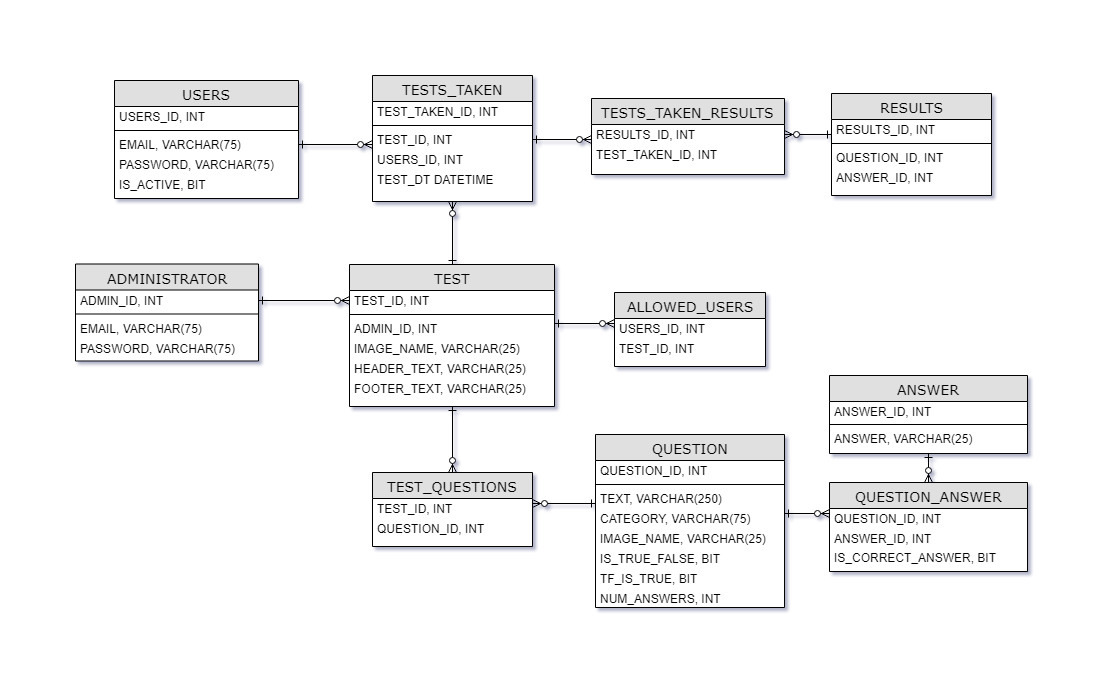
Before: project-logistics/er-diagram.png, a diagram exported from draw.io (lprescott/QuizServe). Source tidied: cells renumbered, new cells last; positions are measured from the earlier drawing's top-left corner, leaving out a move shared by most shapes.
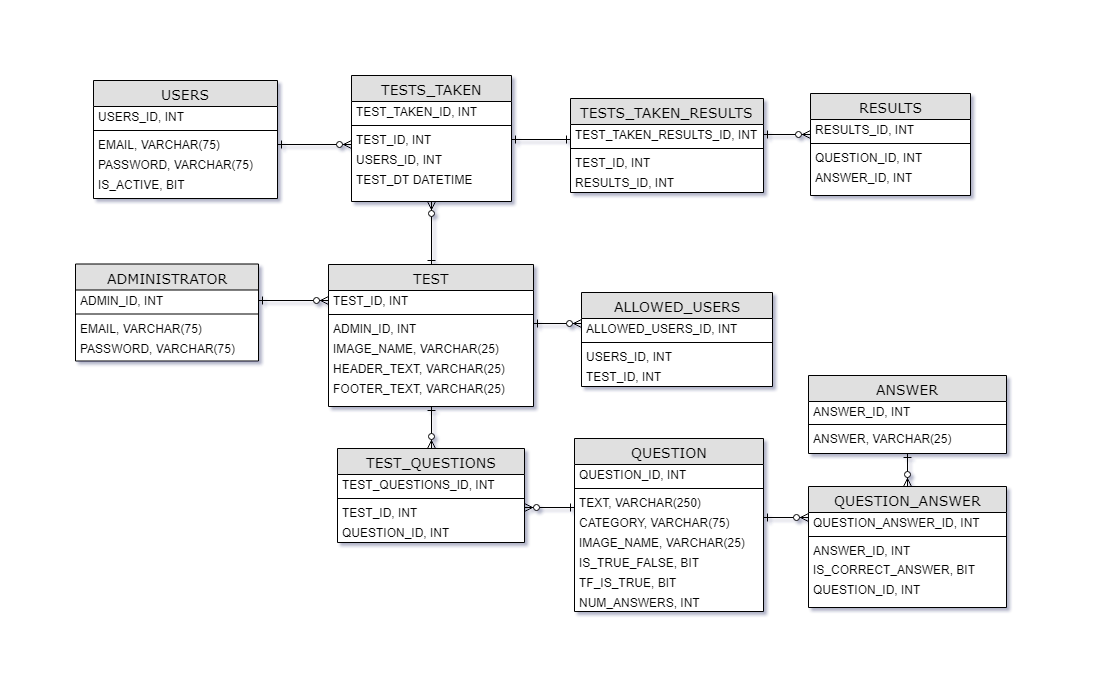
The same file after the commit.

Change to the diagram source:
```diff
@@ -21,7 +21,7 @@
       <mxGeometry y="94" width="184" height="20" as="geometry" />
     </mxCell>
     <mxCell id="8" value="ADMINISTRATOR" style="swimlane;html=1;fontStyle=0;horizontal=1;startSize=26;fillColor=#e0e0e0;swimlaneFillColor=#ffffff;align=center;rounded=0;shadow=0;comic=0;labelBackgroundColor=none;strokeColor=#000000;strokeWidth=1;fontFamily=Verdana;fontSize=14;fontColor=#000000;spacingTop=0;spacingLeft=0;" parent="1" vertex="1">
-      <mxGeometry y="188.5" width="183" height="97" as="geometry" />
+      <mxGeometry x="21" y="188.5" width="183" height="97" as="geometry" />
     </mxCell>
     <mxCell id="9" value="ADMIN_ID, INT" style="text;html=1;strokeColor=none;fillColor=none;align=left;verticalAlign=middle;whiteSpace=wrap;rounded=0;spacingLeft=0;spacingTop=0;spacing=5;" parent="8" vertex="1">
       <mxGeometry y="26" width="183" height="20" as="geometry" />
@@ -60,7 +60,7 @@
       <mxGeometry y="114" width="205" height="20" as="geometry" />
     </mxCell>
     <mxCell id="21" value="QUESTION" style="swimlane;html=1;fontStyle=0;horizontal=1;startSize=26;fillColor=#e0e0e0;swimlaneFillColor=#ffffff;align=center;rounded=0;shadow=0;comic=0;labelBackgroundColor=none;strokeColor=#000000;strokeWidth=1;fontFamily=Verdana;fontSize=14;fontColor=#000000;spacingTop=0;spacingLeft=0;" parent="1" vertex="1">
-      <mxGeometry x="520" y="359" width="189" height="173" as="geometry" />
+      <mxGeometry x="520" y="363" width="189" height="173" as="geometry" />
     </mxCell>
     <mxCell id="22" value="QUESTION_ID, INT" style="text;html=1;strokeColor=none;fillColor=none;align=left;verticalAlign=middle;whiteSpace=wrap;rounded=0;spacingLeft=0;spacingTop=0;spacing=5;" parent="21" vertex="1">
       <mxGeometry y="26" width="189" height="20" as="geometry" />
@@ -90,17 +90,23 @@
       <mxGeometry relative="1" as="geometry" />
     </mxCell>
     <mxCell id="31" value="QUESTION_ANSWER" style="swimlane;html=1;fontStyle=0;horizontal=1;startSize=26;fillColor=#e0e0e0;swimlaneFillColor=#ffffff;align=center;rounded=0;shadow=0;comic=0;labelBackgroundColor=none;strokeColor=#000000;strokeWidth=1;fontFamily=Verdana;fontSize=14;fontColor=#000000;spacingTop=0;spacingLeft=0;" parent="1" vertex="1">
-      <mxGeometry x="754" y="407" width="198" height="89" as="geometry" />
+      <mxGeometry x="754" y="411" width="198" height="121" as="geometry" />
     </mxCell>
-    <mxCell id="32" value="&lt;span style=&quot;font-weight: 400&quot;&gt;QUESTION_ID, INT&lt;/span&gt;" style="text;html=1;strokeColor=none;fillColor=none;align=left;verticalAlign=middle;whiteSpace=wrap;rounded=0;spacingLeft=0;spacingTop=0;spacing=5;fontStyle=1;" parent="31" vertex="1">
+    <mxCell id="32" value="&lt;span style=&quot;font-weight: 400&quot;&gt;QUESTION_ANSWER_ID, INT&lt;/span&gt;" style="text;html=1;strokeColor=none;fillColor=none;align=left;verticalAlign=middle;whiteSpace=wrap;rounded=0;spacingLeft=0;spacingTop=0;spacing=5;fontStyle=1;" parent="31" vertex="1">
       <mxGeometry y="26" width="198" height="20" as="geometry" />
     </mxCell>
+    <mxCell id="67" style="line;strokeWidth=1;fillColor=none;align=left;verticalAlign=middle;spacingTop=-1;spacingLeft=3;spacingRight=3;labelPosition=right;" parent="31" vertex="1">
+      <mxGeometry y="46" width="198" height="8" as="geometry" />
+    </mxCell>
     <mxCell id="33" value="ANSWER_ID, INT" style="text;html=1;strokeColor=none;fillColor=none;align=left;verticalAlign=middle;whiteSpace=wrap;rounded=0;spacingLeft=0;spacingTop=0;spacing=5;" parent="31" vertex="1">
-      <mxGeometry y="46" width="198" height="19" as="geometry" />
+      <mxGeometry y="54" width="198" height="19" as="geometry" />
     </mxCell>
     <mxCell id="34" value="IS_CORRECT_ANSWER, BIT" style="text;html=1;strokeColor=none;fillColor=none;align=left;verticalAlign=middle;whiteSpace=wrap;rounded=0;spacingLeft=0;spacingTop=0;spacing=5;" parent="31" vertex="1">
-      <mxGeometry y="65" width="198" height="20" as="geometry" />
+      <mxGeometry y="73" width="198" height="20" as="geometry" />
     </mxCell>
+    <mxCell id="68" value="&lt;span style=&quot;font-weight: 400&quot;&gt;QUESTION_ID, INT&lt;/span&gt;" style="text;html=1;strokeColor=none;fillColor=none;align=left;verticalAlign=middle;whiteSpace=wrap;rounded=0;spacingLeft=0;spacingTop=0;spacing=5;fontStyle=1;" parent="31" vertex="1">
+      <mxGeometry y="93" width="198" height="20" as="geometry" />
+    </mxCell>
     <mxCell id="35" value="ANSWER" style="swimlane;html=1;fontStyle=0;horizontal=1;startSize=26;fillColor=#e0e0e0;swimlaneFillColor=#ffffff;align=center;rounded=0;shadow=0;comic=0;labelBackgroundColor=none;strokeColor=#000000;strokeWidth=1;fontFamily=Verdana;fontSize=14;fontColor=#000000;spacingTop=0;spacingLeft=0;" parent="1" vertex="1">
       <mxGeometry x="754" y="300" width="198" height="78" as="geometry" />
     </mxCell>
@@ -114,13 +120,19 @@
       <mxGeometry y="53" width="198" height="20" as="geometry" />
     </mxCell>
     <mxCell id="39" value="TEST_QUESTIONS" style="swimlane;html=1;fontStyle=0;horizontal=1;startSize=26;fillColor=#e0e0e0;swimlaneFillColor=#ffffff;align=center;rounded=0;shadow=0;comic=0;labelBackgroundColor=none;strokeColor=#000000;strokeWidth=1;fontFamily=Verdana;fontSize=14;fontColor=#000000;spacingTop=0;spacingLeft=0;" parent="1" vertex="1">
-      <mxGeometry x="297" y="397" width="160" height="74" as="geometry" />
+      <mxGeometry x="283" y="373" width="187" height="94" as="geometry" />
     </mxCell>
+    <mxCell id="69" value="TEST_QUESTIONS_ID, INT" style="text;html=1;strokeColor=none;fillColor=none;align=left;verticalAlign=middle;whiteSpace=wrap;rounded=0;spacingLeft=0;spacingTop=0;spacing=5;" parent="39" vertex="1">
+      <mxGeometry y="26" width="187" height="20" as="geometry" />
+    </mxCell>
+    <mxCell id="70" style="line;strokeWidth=1;fillColor=none;align=left;verticalAlign=middle;spacingTop=-1;spacingLeft=3;spacingRight=3;labelPosition=right;" parent="39" vertex="1">
+      <mxGeometry y="46" width="187" height="8" as="geometry" />
+    </mxCell>
     <mxCell id="40" value="TEST_ID, INT" style="text;html=1;strokeColor=none;fillColor=none;align=left;verticalAlign=middle;whiteSpace=wrap;rounded=0;spacingLeft=0;spacingTop=0;spacing=5;" parent="39" vertex="1">
-      <mxGeometry y="26" width="160" height="20" as="geometry" />
+      <mxGeometry y="54" width="187" height="20" as="geometry" />
     </mxCell>
     <mxCell id="41" value="QUESTION_ID, INT&lt;br&gt;" style="text;html=1;strokeColor=none;fillColor=none;align=left;verticalAlign=middle;whiteSpace=wrap;rounded=0;spacingLeft=0;spacingTop=0;spacing=5;" parent="39" vertex="1">
-      <mxGeometry y="46" width="160" height="20" as="geometry" />
+      <mxGeometry y="74" width="187" height="20" as="geometry" />
     </mxCell>
     <mxCell id="42" style="edgeStyle=orthogonalEdgeStyle;rounded=0;jettySize=auto;html=1;exitX=0.5;exitY=1;exitDx=0;exitDy=0;entryX=0.5;entryY=0;entryDx=0;entryDy=0;startArrow=ERzeroToMany;startFill=1;endArrow=ERone;endFill=0;" parent="1" edge="1" source="43" target="14">
       <mxGeometry relative="1" as="geometry" />
@@ -144,14 +156,20 @@
       <mxGeometry y="94" width="160" height="20" as="geometry" />
     </mxCell>
     <mxCell id="49" value="TESTS_TAKEN_RESULTS&lt;br&gt;" style="swimlane;html=1;fontStyle=0;horizontal=1;startSize=26;fillColor=#e0e0e0;swimlaneFillColor=#ffffff;align=center;rounded=0;shadow=0;comic=0;labelBackgroundColor=none;strokeColor=#000000;strokeWidth=1;fontFamily=Verdana;fontSize=14;fontColor=#000000;spacingTop=0;spacingLeft=0;" parent="1" vertex="1">
-      <mxGeometry x="516" y="23" width="193" height="76" as="geometry" />
+      <mxGeometry x="516" y="23" width="193" height="94" as="geometry" />
     </mxCell>
+    <mxCell id="51" value="TEST_TAKEN_RESULTS_ID, INT" style="text;html=1;strokeColor=none;fillColor=none;align=left;verticalAlign=middle;whiteSpace=wrap;rounded=0;spacingLeft=0;spacingTop=0;spacing=5;" parent="49" vertex="1">
+      <mxGeometry y="26" width="193" height="20" as="geometry" />
+    </mxCell>
+    <mxCell id="71" style="line;strokeWidth=1;fillColor=none;align=left;verticalAlign=middle;spacingTop=-1;spacingLeft=3;spacingRight=3;labelPosition=right;" parent="49" vertex="1">
+      <mxGeometry y="46" width="193" height="8" as="geometry" />
+    </mxCell>
+    <mxCell id="72" value="TEST_ID, INT" style="text;html=1;strokeColor=none;fillColor=none;align=left;verticalAlign=middle;whiteSpace=wrap;rounded=0;spacingLeft=0;spacingTop=0;spacing=5;" parent="49" vertex="1">
+      <mxGeometry y="54" width="193" height="20" as="geometry" />
+    </mxCell>
     <mxCell id="50" value="RESULTS_ID, INT" style="text;html=1;strokeColor=none;fillColor=none;align=left;verticalAlign=middle;whiteSpace=wrap;rounded=0;spacingLeft=0;spacingTop=0;spacing=5;" parent="49" vertex="1">
-      <mxGeometry y="26" width="193" height="20" as="geometry" />
+      <mxGeometry y="74" width="193" height="20" as="geometry" />
     </mxCell>
-    <mxCell id="51" value="TEST_TAKEN_ID, INT" style="text;html=1;strokeColor=none;fillColor=none;align=left;verticalAlign=middle;whiteSpace=wrap;rounded=0;spacingLeft=0;spacingTop=0;spacing=5;" parent="49" vertex="1">
-      <mxGeometry y="46" width="193" height="20" as="geometry" />
-    </mxCell>
     <mxCell id="52" style="edgeStyle=orthogonalEdgeStyle;rounded=0;jettySize=auto;html=1;exitX=1;exitY=0.5;exitDx=0;exitDy=0;entryX=0;entryY=0.75;entryDx=0;entryDy=0;endArrow=ERzeroToMany;endFill=1;startArrow=ERone;startFill=0;" parent="1" edge="1" source="5" target="46">
       <mxGeometry relative="1" as="geometry" />
     </mxCell>
@@ -165,13 +183,19 @@
       <mxGeometry relative="1" as="geometry" />
     </mxCell>
     <mxCell id="56" value="ALLOWED_USERS" style="swimlane;html=1;fontStyle=0;horizontal=1;startSize=26;fillColor=#e0e0e0;swimlaneFillColor=#ffffff;align=center;rounded=0;shadow=0;comic=0;labelBackgroundColor=none;strokeColor=#000000;strokeWidth=1;fontFamily=Verdana;fontSize=14;fontColor=#000000;spacingTop=0;spacingLeft=0;" parent="1" vertex="1">
-      <mxGeometry x="539" y="217" width="151" height="74" as="geometry" />
+      <mxGeometry x="527" y="217" width="191" height="94" as="geometry" />
     </mxCell>
-    <mxCell id="57" value="USERS_ID, INT" style="text;html=1;strokeColor=none;fillColor=none;align=left;verticalAlign=middle;whiteSpace=wrap;rounded=0;spacingLeft=0;spacingTop=0;spacing=5;" parent="56" vertex="1">
-      <mxGeometry y="26" width="151" height="20" as="geometry" />
+    <mxCell id="57" value="ALLOWED_USERS_ID, INT" style="text;html=1;strokeColor=none;fillColor=none;align=left;verticalAlign=middle;whiteSpace=wrap;rounded=0;spacingLeft=0;spacingTop=0;spacing=5;" parent="56" vertex="1">
+      <mxGeometry y="26" width="191" height="20" as="geometry" />
     </mxCell>
+    <mxCell id="73" style="line;strokeWidth=1;fillColor=none;align=left;verticalAlign=middle;spacingTop=-1;spacingLeft=3;spacingRight=3;labelPosition=right;" parent="56" vertex="1">
+      <mxGeometry y="46" width="191" height="8" as="geometry" />
+    </mxCell>
+    <mxCell id="74" value="USERS_ID, INT" style="text;html=1;strokeColor=none;fillColor=none;align=left;verticalAlign=middle;whiteSpace=wrap;rounded=0;spacingLeft=0;spacingTop=0;spacing=5;" parent="56" vertex="1">
+      <mxGeometry y="54" width="191" height="20" as="geometry" />
+    </mxCell>
     <mxCell id="58" value="TEST_ID, INT" style="text;html=1;strokeColor=none;fillColor=none;align=left;verticalAlign=middle;whiteSpace=wrap;rounded=0;spacingLeft=0;spacingTop=0;spacing=5;" parent="56" vertex="1">
-      <mxGeometry y="46" width="151" height="20" as="geometry" />
+      <mxGeometry y="74" width="191" height="20" as="geometry" />
     </mxCell>
     <mxCell id="59" style="edgeStyle=orthogonalEdgeStyle;rounded=0;jettySize=auto;html=1;exitX=0;exitY=0.25;exitDx=0;exitDy=0;entryX=1;entryY=0.25;entryDx=0;entryDy=0;startArrow=ERzeroToMany;startFill=1;endArrow=ERone;endFill=0;" parent="1" edge="1" source="57" target="17">
       <mxGeometry relative="1" as="geometry" />
@@ -191,12 +215,12 @@
     <mxCell id="64" value="ANSWER_ID, INT" style="text;html=1;strokeColor=none;fillColor=none;align=left;verticalAlign=middle;whiteSpace=wrap;rounded=0;spacingLeft=0;spacingTop=0;spacing=5;" parent="60" vertex="1">
       <mxGeometry y="74" width="160" height="20" as="geometry" />
     </mxCell>
-    <mxCell id="65" style="edgeStyle=orthogonalEdgeStyle;rounded=0;jettySize=auto;html=1;exitX=1;exitY=0.5;exitDx=0;exitDy=0;entryX=0;entryY=0.75;entryDx=0;entryDy=0;startArrow=ERone;startFill=0;endArrow=ERzeroToMany;endFill=1;" parent="1" edge="1" source="46">
+    <mxCell id="65" style="edgeStyle=orthogonalEdgeStyle;rounded=0;jettySize=auto;html=1;exitX=1;exitY=0.5;exitDx=0;exitDy=0;entryX=0;entryY=0.75;entryDx=0;entryDy=0;startArrow=ERone;startFill=0;endArrow=ERone;endFill=0;" parent="1" edge="1" source="46">
       <mxGeometry relative="1" as="geometry">
         <mxPoint x="516" y="64" as="targetPoint" />
       </mxGeometry>
     </mxCell>
-    <mxCell id="66" style="edgeStyle=orthogonalEdgeStyle;rounded=0;jettySize=auto;html=1;exitX=0;exitY=0.75;exitDx=0;exitDy=0;entryX=1;entryY=0.5;entryDx=0;entryDy=0;startArrow=ERone;startFill=0;endArrow=ERzeroToMany;endFill=1;" parent="1" edge="1" source="61">
+    <mxCell id="66" style="edgeStyle=orthogonalEdgeStyle;rounded=0;jettySize=auto;html=1;exitX=0;exitY=0.75;exitDx=0;exitDy=0;entryX=1;entryY=0.5;entryDx=0;entryDy=0;startArrow=ERzeroToMany;startFill=1;endArrow=ERone;endFill=0;" parent="1" edge="1" source="61">
       <mxGeometry relative="1" as="geometry">
         <mxPoint x="709" y="59" as="targetPoint" />
       </mxGeometry>
```
